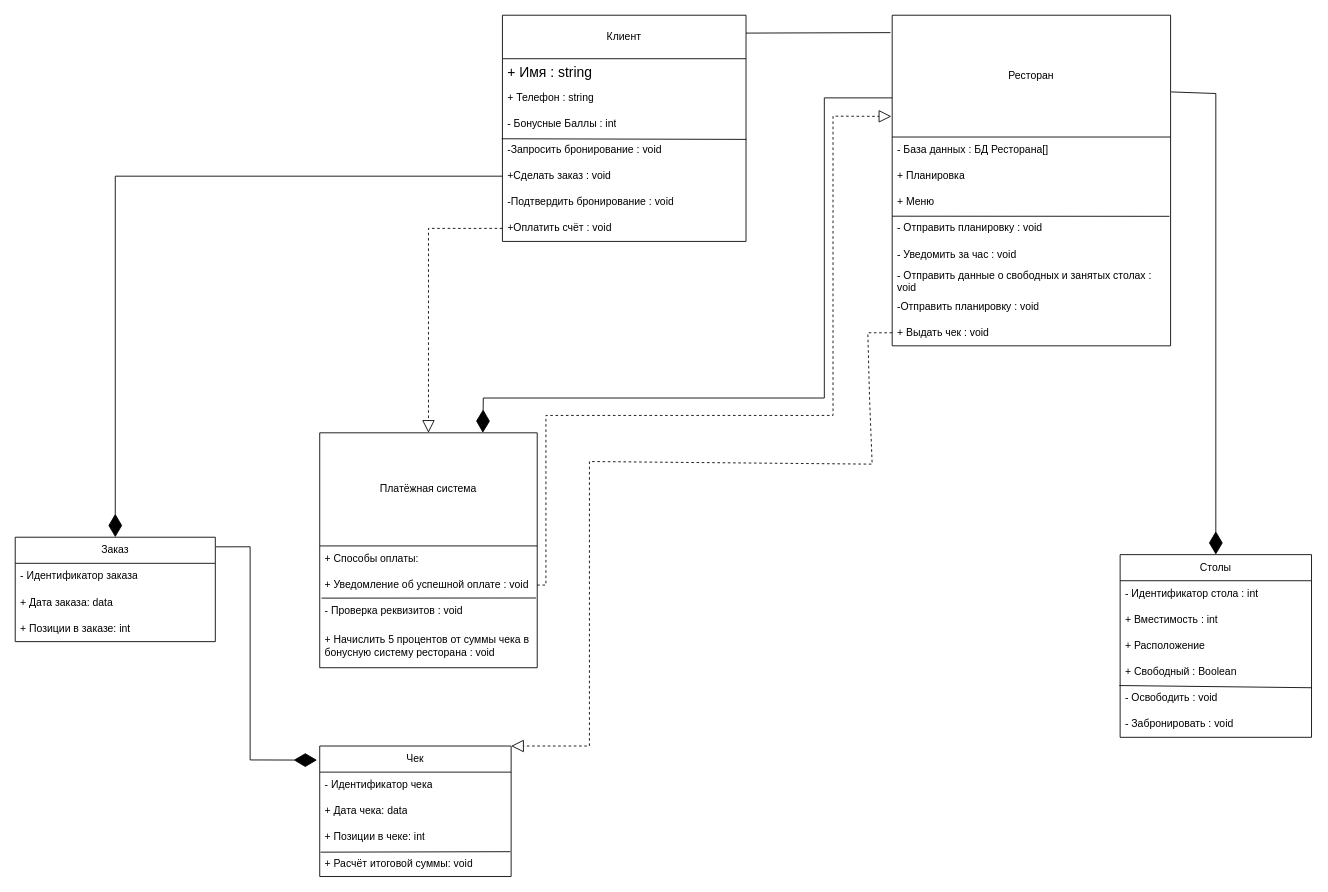
Crecker24/kursach keeps this draw.io diagram as Диаграмма классов.drawio. Above is the earlier version. Source tidied: cells renumbered, new cells numbered last; positions are measured from the earlier drawing's top-left corner, leaving out a move shared by most shapes. Both pictures are drawn from the tidied source at 87%, with x=0, y=0 at pixel (15, 15).
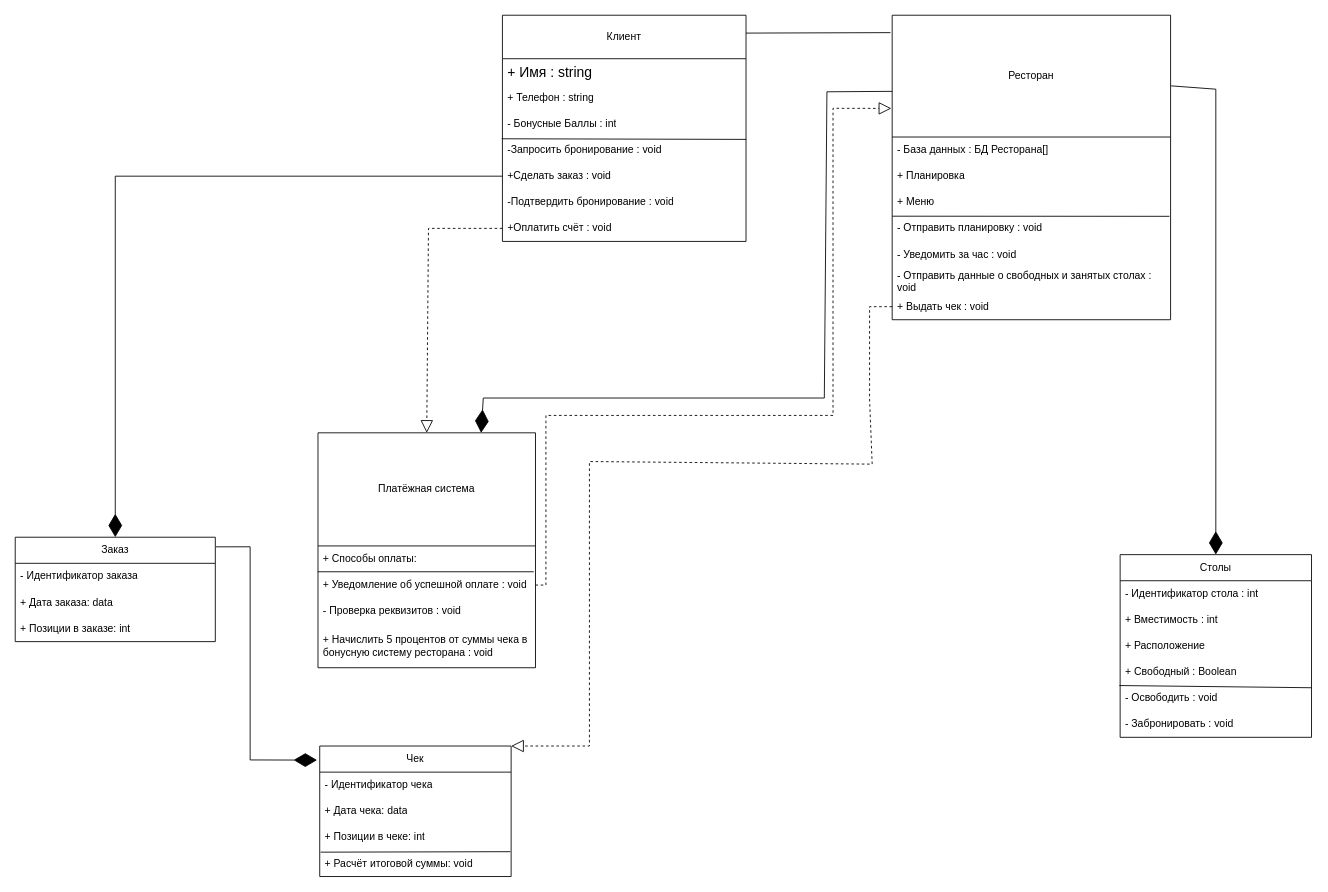
Above is the later version.

Unchanged cells that the change refers to:
```xml
<mxCell id="22" value="+ Способы оплаты:" style="text;strokeColor=none;fillColor=none;align=left;verticalAlign=middle;spacingLeft=4;spacingRight=4;overflow=hidden;points=[[0,0.5],[1,0.5]];portConstraint=eastwest;whiteSpace=wrap;html=1;" parent="21" vertex="1">
  <mxGeometry y="130" width="250" height="30" as="geometry" />
</mxCell>
<mxCell id="23" value="+ Уведомление об успешной оплате&amp;nbsp;: void" style="text;strokeColor=none;fillColor=none;align=left;verticalAlign=middle;spacingLeft=4;spacingRight=4;overflow=hidden;points=[[0,0.5],[1,0.5]];portConstraint=eastwest;whiteSpace=wrap;html=1;" parent="21" vertex="1">
  <mxGeometry y="160" width="250" height="30" as="geometry" />
</mxCell>
<mxCell id="25" value="- Проверка реквизитов&amp;nbsp;: void" style="text;strokeColor=none;fillColor=none;align=left;verticalAlign=middle;spacingLeft=4;spacingRight=4;overflow=hidden;points=[[0,0.5],[1,0.5]];portConstraint=eastwest;whiteSpace=wrap;html=1;" parent="21" vertex="1">
  <mxGeometry y="190" width="250" height="30" as="geometry" />
</mxCell>
<mxCell id="27" value="Чек" style="swimlane;fontStyle=0;horizontal=1;startSize=30;whiteSpace=wrap;html=1;" parent="1" vertex="1">
  <mxGeometry x="350" y="840" width="220" height="150" as="geometry" />
</mxCell>
<mxCell id="33" value="Столы" style="swimlane;fontStyle=0;horizontal=1;startSize=30;whiteSpace=wrap;html=1;" parent="1" vertex="1">
  <mxGeometry x="1270" y="620" width="220" height="210" as="geometry" />
</mxCell>
```

The edit, as a diff of the source:
```diff
@@
     <mxCell id="11" value="Ресторан" style="swimlane;fontStyle=0;horizontal=1;startSize=140;whiteSpace=wrap;html=1;" parent="1" vertex="1">
-      <mxGeometry x="1008" width="320" height="380" as="geometry" />
+      <mxGeometry x="1008" width="320" height="350" as="geometry" />
     </mxCell>
@@
-    <mxCell id="19" value="-Отправить планировку&amp;nbsp;: void" style="text;strokeColor=none;fillColor=none;align=left;verticalAlign=middle;spacingLeft=4;spacingRight=4;overflow=hidden;whiteSpace=wrap;html=1;" parent="11" vertex="1">
-      <mxGeometry y="320" width="320" height="30" as="geometry" />
-    </mxCell>
     <mxCell id="20" value="+ Выдать чек : void" style="text;strokeColor=none;fillColor=none;align=left;verticalAlign=middle;spacingLeft=4;spacingRight=4;overflow=hidden;points=[[0,0.5],[1,0.5]];portConstraint=eastwest;whiteSpace=wrap;html=1;" parent="11" vertex="1">
-      <mxGeometry y="350" width="320" height="30" as="geometry" />
+      <mxGeometry y="320" width="320" height="30" as="geometry" />
     </mxCell>
     <mxCell id="21" value="Платёжная система" style="swimlane;fontStyle=0;horizontal=1;startSize=130;whiteSpace=wrap;html=1;" parent="1" vertex="1">
-      <mxGeometry x="350" y="480" width="250" height="270" as="geometry" />
+      <mxGeometry x="348" y="480" width="250" height="270" as="geometry" />
     </mxCell>
@@
+    <mxCell id="24" style="endArrow=none;html=1;rounded=0;entryX=0.992;entryY=0.99;entryDx=0;entryDy=0;entryPerimeter=0;exitX=-0.001;exitY=0.99;exitDx=0;exitDy=0;exitPerimeter=0;" parent="21" edge="1" source="22" target="22">
+      <mxGeometry relative="1" as="geometry" />
+    </mxCell>
@@
-    <mxCell id="24" style="endArrow=none;html=1;rounded=0;entryX=0.995;entryY=-0.005;entryDx=0;entryDy=0;entryPerimeter=0;exitX=0.009;exitY=0.867;exitDx=0;exitDy=0;exitPerimeter=0;" parent="21" edge="1" target="25">
-      <mxGeometry relative="1" as="geometry">
-        <mxPoint x="2" y="190" as="sourcePoint" />
-      </mxGeometry>
-    </mxCell>
@@
     <mxCell id="46" style="endArrow=diamondThin;endFill=1;endSize=24;html=1;rounded=0;exitX=1.002;exitY=0.232;exitDx=0;exitDy=0;entryX=0.5;entryY=0;entryDx=0;entryDy=0;exitPerimeter=0;" parent="1" edge="1" source="11" target="33">
       <mxGeometry relative="1" as="geometry">
         <Array as="points">
-          <mxPoint x="1380" y="90" />
+          <mxPoint x="1380" y="85" />
         </Array>
       </mxGeometry>
     </mxCell>
@@
     <mxCell id="49" style="endArrow=diamondThin;endFill=1;endSize=24;html=1;rounded=0;exitX=0;exitY=0.25;exitDx=0;exitDy=0;entryX=0.75;entryY=0;entryDx=0;entryDy=0;" parent="1" edge="1" source="11" target="21">
       <mxGeometry relative="1" as="geometry">
         <Array as="points">
-          <mxPoint x="930" y="95" />
+          <mxPoint x="933" y="88" />
           <mxPoint x="930" y="440" />
           <mxPoint x="538" y="440" />
         </Array>
       </mxGeometry>
     </mxCell>
@@
     <mxCell id="51" style="endArrow=block;dashed=1;endFill=0;endSize=12;html=1;rounded=0;exitX=0;exitY=0.5;exitDx=0;exitDy=0;entryX=1;entryY=0;entryDx=0;entryDy=0;" parent="1" edge="1" source="20" target="27">
       <mxGeometry relative="1" as="geometry">
         <Array as="points">
-          <mxPoint x="980" y="365" />
+          <mxPoint x="982" y="335" />
           <mxPoint x="982" y="441" />
           <mxPoint x="985" y="516" />
           <mxPoint x="660" y="513" />
           <mxPoint x="660" y="840" />
         </Array>
       </mxGeometry>
     </mxCell>
     <mxCell id="52" style="endArrow=block;dashed=1;endFill=0;endSize=12;html=1;rounded=0;entryX=-0.003;entryY=0.306;entryDx=0;entryDy=0;exitX=1;exitY=0.5;exitDx=0;exitDy=0;entryPerimeter=0;" parent="1" edge="1" source="23" target="11">
       <mxGeometry relative="1" as="geometry">
         <Array as="points">
           <mxPoint x="610" y="655" />
           <mxPoint x="610" y="460" />
           <mxPoint x="940" y="460" />
-          <mxPoint x="940" y="116" />
+          <mxPoint x="940" y="107" />
         </Array>
       </mxGeometry>
     </mxCell>
```
